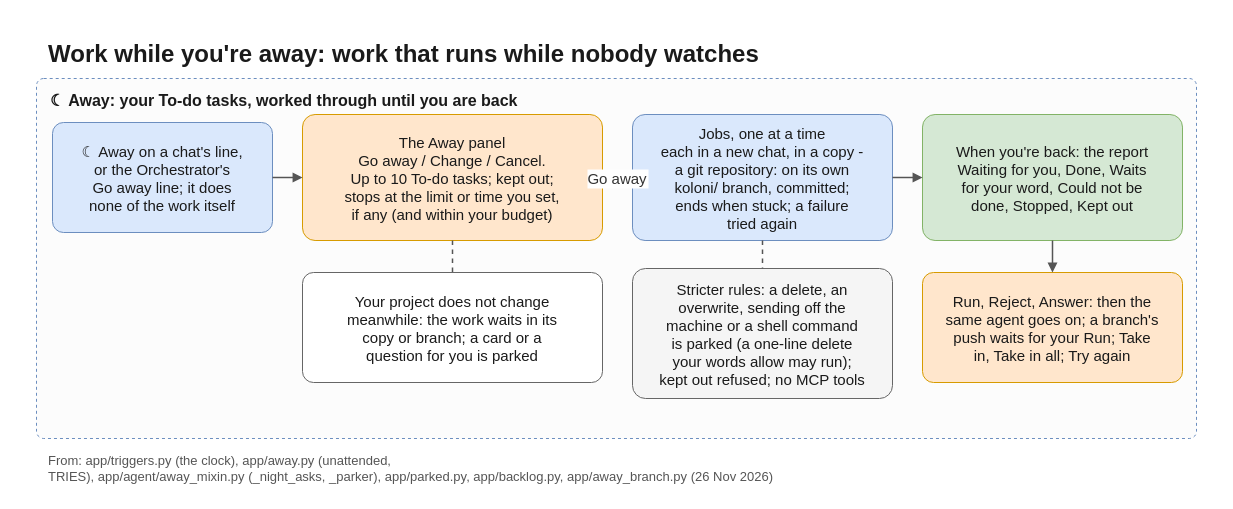
Earlier version of the draw.io diagram docs/diagrams/night.drawio (flyingriverhorse/Koloni). Source tidied: cells renumbered, new cells numbered last; positions are measured from the earlier drawing's top-left corner, leaving out a move shared by most shapes. Both pictures are drawn from the tidied source at 100%, with x=0, y=0 at pixel (16, 16).
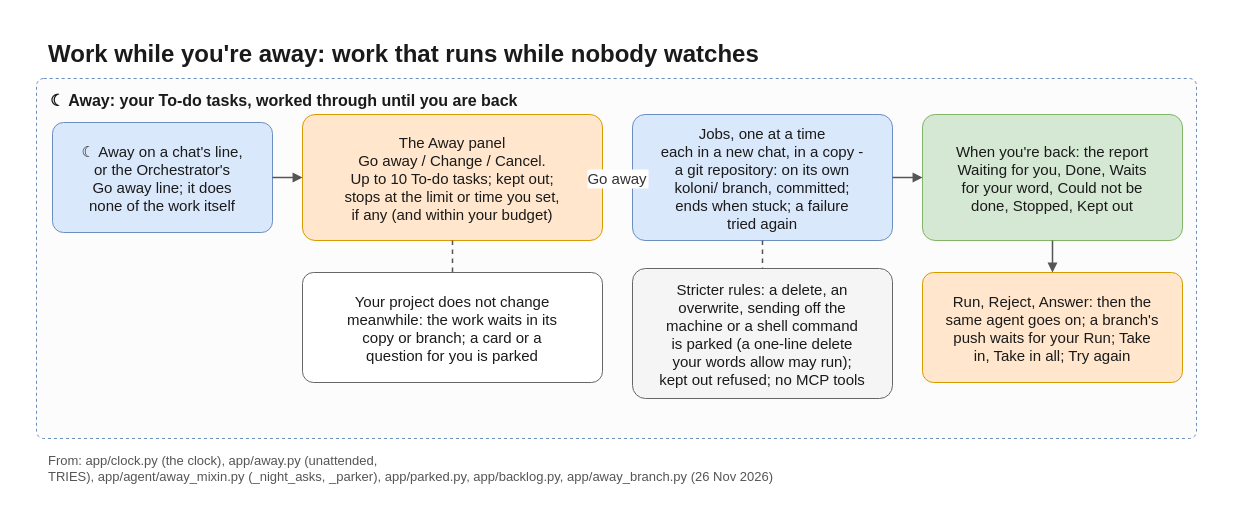
The same page after the edit.

Diff of the diagram source:
```diff
@@
 <mxGraphModel>
   <root>
     <mxCell id="0" />
     <mxCell id="1" parent="0" />
     <mxCell id="2" style="rounded=0;fillColor=#ffffff;strokeColor=none;" parent="1" vertex="1">
       <mxGeometry width="1200" height="476" as="geometry" />
     </mxCell>
     <mxCell id="3" value="Work while you're away: work that runs while nobody watches" style="text;strokeColor=none;fillColor=none;fontFamily=Helvetica;fontColor=#1a1a1a;fontSize=24;align=left;verticalAlign=top;fontStyle=1;" parent="1" vertex="1">
       <mxGeometry x="30" y="16" width="1140" height="36" as="geometry" />
     </mxCell>
     <mxCell id="4" value="☾ Away: your To-do tasks, worked through until you are back" style="rounded=1;arcSize=2;fillColor=#fcfcfc;strokeColor=#6c8ebf;dashed=1;fontFamily=Helvetica;fontColor=#1a1a1a;fontSize=16;fontStyle=1;verticalAlign=top;align=left;spacingLeft=12;spacingTop=6;" parent="1" vertex="1">
       <mxGeometry x="20" y="62" width="1160" height="360" as="geometry" />
     </mxCell>
     <mxCell id="5" value="☾ Away on a chat's line,&#10;or the Orchestrator's&#10;Go away line; it does&#10;none of the work itself" style="rounded=1;arcSize=10;fillColor=#dae8fc;strokeColor=#6c8ebf;fontFamily=Helvetica;fontColor=#1a1a1a;fontSize=15;spacing=6;" parent="1" vertex="1">
       <mxGeometry x="36" y="106" width="220" height="110" as="geometry" />
     </mxCell>
     <mxCell id="6" value="The Away panel&#10;Go away / Change / Cancel.&#10;Up to 10 To-do tasks; kept out;&#10;stops at the limit or time you set,&#10;if any (and within your budget)" style="rounded=1;arcSize=10;fillColor=#ffe6cc;strokeColor=#d79b00;fontFamily=Helvetica;fontColor=#1a1a1a;fontSize=15;spacing=6;" parent="1" vertex="1">
       <mxGeometry x="286" y="98" width="300" height="126" as="geometry" />
     </mxCell>
     <mxCell id="7" value="Jobs, one at a time&#10;each in a new chat, in a copy -&#10;a git repository: on its own&#10;koloni/ branch, committed;&#10;ends when stuck; a failure&#10;tried again" style="rounded=1;arcSize=10;fillColor=#dae8fc;strokeColor=#6c8ebf;fontFamily=Helvetica;fontColor=#1a1a1a;fontSize=15;spacing=6;" parent="1" vertex="1">
       <mxGeometry x="616" y="98" width="260" height="126" as="geometry" />
     </mxCell>
     <mxCell id="8" value="When you're back: the report&#10;Waiting for you, Done, Waits&#10;for your word, Could not be&#10;done, Stopped, Kept out" style="rounded=1;arcSize=10;fillColor=#d5e8d4;strokeColor=#82b366;fontFamily=Helvetica;fontColor=#1a1a1a;fontSize=15;spacing=6;" parent="1" vertex="1">
       <mxGeometry x="906" y="98" width="260" height="126" as="geometry" />
     </mxCell>
     <mxCell id="9" style="endArrow=block;endFill=1;strokeColor=#555555;strokeWidth=1.5;fontFamily=Helvetica;fontSize=15;fontColor=#333333;labelBackgroundColor=#ffffff;exitX=1;exitY=0.5;entryX=0;entryY=0.5;" parent="1" edge="1" source="5" target="6">
       <mxGeometry relative="1" as="geometry" />
     </mxCell>
     <mxCell id="10" value="Go away" style="endArrow=block;endFill=1;strokeColor=#555555;strokeWidth=1.5;fontFamily=Helvetica;fontSize=15;fontColor=#333333;labelBackgroundColor=#ffffff;exitX=1;exitY=0.5;entryX=0;entryY=0.5;" parent="1" edge="1" source="6" target="7">
       <mxGeometry relative="1" as="geometry" />
     </mxCell>
     <mxCell id="11" style="endArrow=block;endFill=1;strokeColor=#555555;strokeWidth=1.5;fontFamily=Helvetica;fontSize=15;fontColor=#333333;labelBackgroundColor=#ffffff;exitX=1;exitY=0.5;entryX=0;entryY=0.5;" parent="1" edge="1" source="7" target="8">
       <mxGeometry relative="1" as="geometry" />
     </mxCell>
     <mxCell id="12" value="Your project does not change&#10;meanwhile: the work waits in its&#10;copy or branch; a card or a&#10;question for you is parked" style="rounded=1;arcSize=10;fillColor=#ffffff;strokeColor=#666666;fontFamily=Helvetica;fontColor=#1a1a1a;fontSize=15;spacing=6;" parent="1" vertex="1">
       <mxGeometry x="286" y="256" width="300" height="110" as="geometry" />
     </mxCell>
     <mxCell id="13" value="Stricter rules: a delete, an&#10;overwrite, sending off the&#10;machine or a shell command&#10;is parked (a one-line delete&#10;your words allow may run);&#10;kept out refused; no MCP tools" style="rounded=1;arcSize=10;fillColor=#f5f5f5;strokeColor=#666666;fontFamily=Helvetica;fontColor=#1a1a1a;fontSize=15;spacing=6;" parent="1" vertex="1">
       <mxGeometry x="616" y="252" width="260" height="130" as="geometry" />
     </mxCell>
     <mxCell id="14" value="Run, Reject, Answer: then the&#10;same agent goes on; a branch's&#10;push waits for your Run; Take&#10;in, Take in all; Try again" style="rounded=1;arcSize=10;fillColor=#ffe6cc;strokeColor=#d79b00;fontFamily=Helvetica;fontColor=#1a1a1a;fontSize=15;spacing=6;" parent="1" vertex="1">
       <mxGeometry x="906" y="256" width="260" height="110" as="geometry" />
     </mxCell>
     <mxCell id="15" style="endArrow=block;endFill=1;strokeColor=#555555;strokeWidth=1.5;fontFamily=Helvetica;fontSize=15;fontColor=#333333;labelBackgroundColor=#ffffff;dashed=1;exitX=0.5;exitY=1;entryX=0.5;entryY=0;endArrow=none;" parent="1" edge="1" source="7" target="13">
       <mxGeometry relative="1" as="geometry" />
     </mxCell>
     <mxCell id="16" style="endArrow=block;endFill=1;strokeColor=#555555;strokeWidth=1.5;fontFamily=Helvetica;fontSize=15;fontColor=#333333;labelBackgroundColor=#ffffff;exitX=0.5;exitY=1;entryX=0.5;entryY=0;" parent="1" edge="1" source="8" target="14">
       <mxGeometry relative="1" as="geometry" />
     </mxCell>
     <mxCell id="17" style="endArrow=block;endFill=1;strokeColor=#555555;strokeWidth=1.5;fontFamily=Helvetica;fontSize=15;fontColor=#333333;labelBackgroundColor=#ffffff;dashed=1;exitX=0.5;exitY=1;entryX=0.5;entryY=0;endArrow=none;" parent="1" edge="1" source="6" target="12">
       <mxGeometry relative="1" as="geometry" />
     </mxCell>
-    <mxCell id="18" value="From: app/triggers.py (the clock), app/away.py (unattended,&#10;TRIES), app/agent/away_mixin.py (_night_asks, _parker), app/parked.py, app/backlog.py, app/away_branch.py (26 Nov 2026)" style="text;strokeColor=none;fillColor=none;fontFamily=Helvetica;fontColor=#555555;fontSize=13;align=left;verticalAlign=top;" parent="1" vertex="1">
+    <mxCell id="18" value="From: app/clock.py (the clock), app/away.py (unattended,&#10;TRIES), app/agent/away_mixin.py (_night_asks, _parker), app/parked.py, app/backlog.py, app/away_branch.py (26 Nov 2026)" style="text;strokeColor=none;fillColor=none;fontFamily=Helvetica;fontColor=#555555;fontSize=13;align=left;verticalAlign=top;" parent="1" vertex="1">
       <mxGeometry x="30" y="430" width="1140" height="40" as="geometry" />
     </mxCell>
   </root>
 </mxGraphModel>
```
